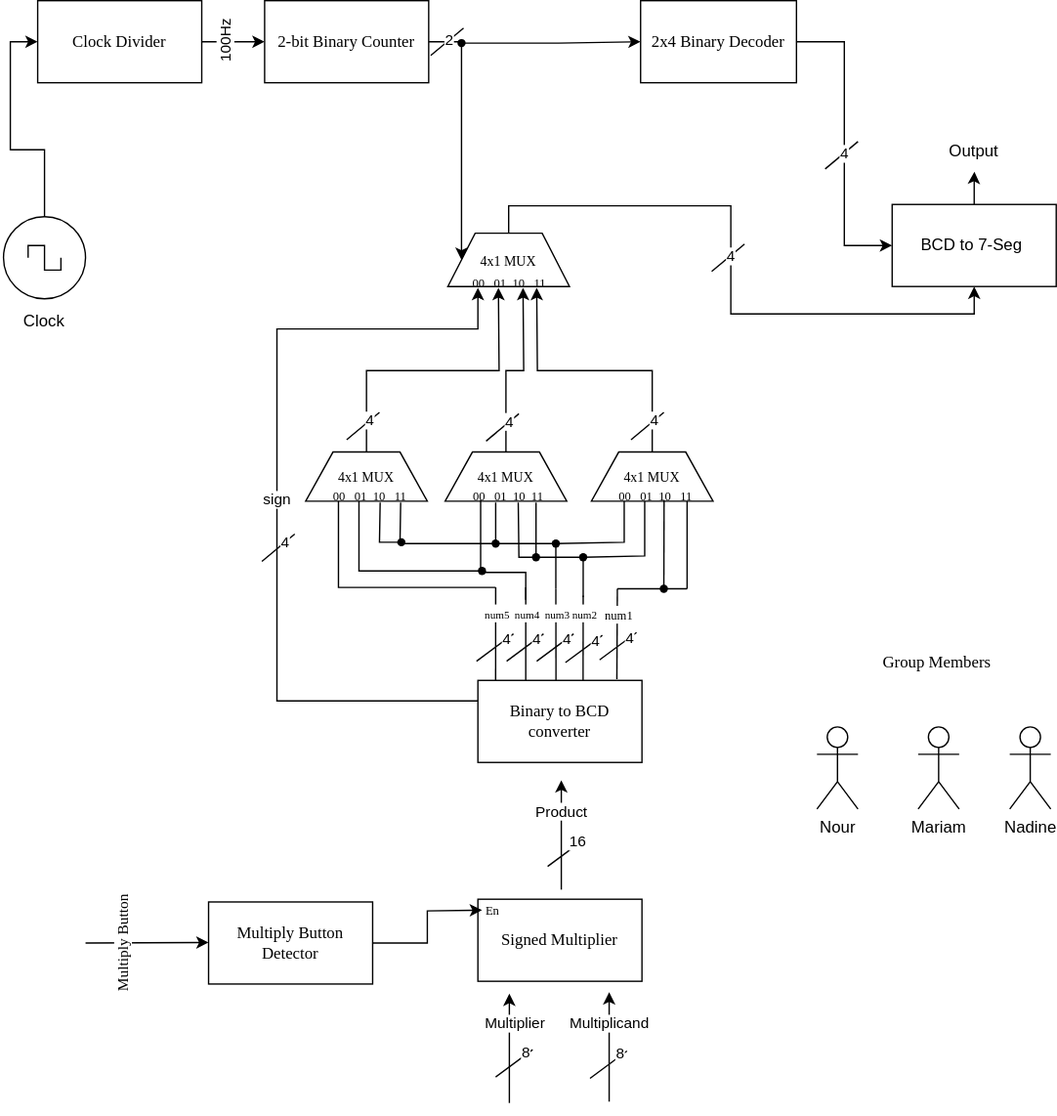
Before: signed-multiplier.drawio.svg, a diagram exported from draw.io (nkasaby/Signed-Multiplier). Source tidied: cells renumbered, new cells last; positions are measured from the earlier drawing's top-left corner, leaving out a move shared by most shapes.
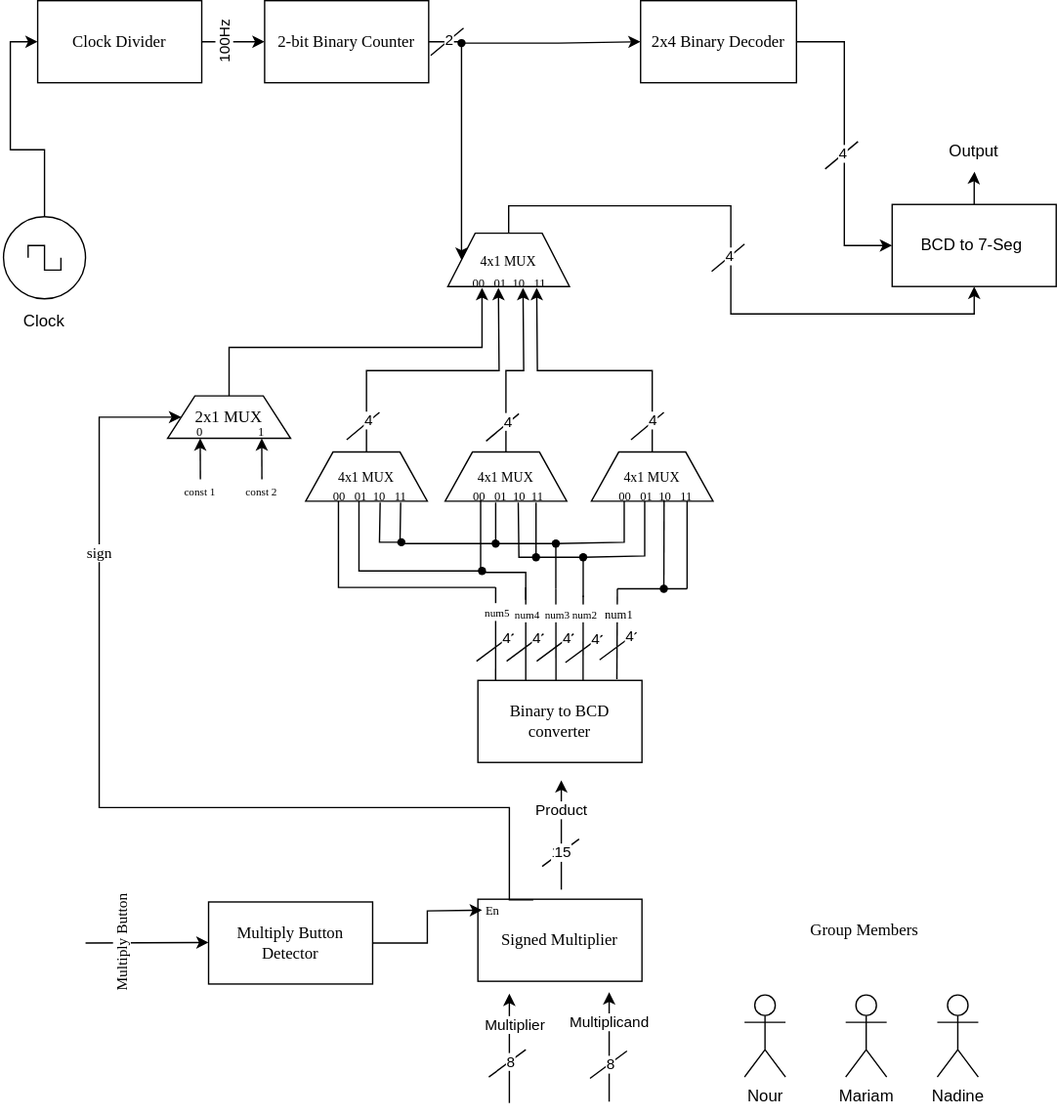
After the commit.

Commit message:
updating sign bit handling

What changed in the source:
```diff
@@ -27,12 +27,14 @@
     </mxCell>
     <mxCell id="7" style="endArrow=none;html=1;rounded=0;" parent="1" edge="1">
       <mxGeometry relative="1" as="geometry">
-        <mxPoint x="360" y="787" as="sourcePoint" />
-        <mxPoint x="387" y="767" as="targetPoint" />
+        <mxPoint x="355" y="787" as="sourcePoint" />
+        <mxPoint x="382" y="767" as="targetPoint" />
       </mxGeometry>
     </mxCell>
     <mxCell id="8" value="8" style="edgeLabel;html=1;align=center;verticalAlign=middle;" parent="7" vertex="1">
-      <mxGeometry x="0.68" y="3" relative="1" as="geometry" />
+      <mxGeometry x="0.68" y="3" relative="1" as="geometry">
+        <mxPoint x="-6" y="8" as="offset" />
+      </mxGeometry>
     </mxCell>
     <mxCell id="9" style="endArrow=none;html=1;rounded=0;" parent="1" edge="1">
       <mxGeometry relative="1" as="geometry">
@@ -41,7 +43,9 @@
       </mxGeometry>
     </mxCell>
     <mxCell id="10" value="8" style="edgeLabel;html=1;align=center;verticalAlign=middle;" parent="9" vertex="1">
-      <mxGeometry x="0.68" y="3" relative="1" as="geometry" />
+      <mxGeometry x="0.68" y="3" relative="1" as="geometry">
+        <mxPoint x="-7" y="9" as="offset" />
+      </mxGeometry>
     </mxCell>
     <mxCell id="11" style="endArrow=classic;html=1;rounded=0;" parent="1" edge="1">
       <mxGeometry relative="1" as="geometry">
@@ -54,28 +58,17 @@
         <mxPoint y="-1" as="offset" />
       </mxGeometry>
     </mxCell>
-    <mxCell id="13" style="endArrow=none;html=1;rounded=0;" parent="1" edge="1">
+    <mxCell id="13" value="15" style="endArrow=none;html=1;rounded=0;" parent="1" edge="1">
       <mxGeometry relative="1" as="geometry">
-        <mxPoint x="398" y="633" as="sourcePoint" />
-        <mxPoint x="425" y="613" as="targetPoint" />
+        <mxPoint x="394" y="633" as="sourcePoint" />
+        <mxPoint x="421" y="613" as="targetPoint" />
       </mxGeometry>
     </mxCell>
-    <mxCell id="14" value="16" style="edgeLabel;html=1;align=center;verticalAlign=middle;" parent="13" vertex="1">
-      <mxGeometry x="0.68" y="3" relative="1" as="geometry" />
+    <mxCell id="14" value="15" style="edgeLabel;html=1;align=center;verticalAlign=middle;" parent="13" vertex="1">
+      <mxGeometry x="0.68" y="3" relative="1" as="geometry">
+        <mxPoint x="-7" y="9" as="offset" />
+      </mxGeometry>
     </mxCell>
-    <mxCell id="15" style="edgeStyle=orthogonalEdgeStyle;rounded=0;jettySize=auto;html=1;exitX=0;exitY=0.25;exitDx=0;exitDy=0;" parent="1" edge="1" source="17">
-      <mxGeometry relative="1" as="geometry">
-        <mxPoint x="347" y="210" as="targetPoint" />
-        <Array as="points">
-          <mxPoint x="200" y="512" />
-          <mxPoint x="200" y="240" />
-          <mxPoint x="347" y="240" />
-        </Array>
-      </mxGeometry>
-    </mxCell>
-    <mxCell id="16" value="sign" style="edgeLabel;html=1;align=center;verticalAlign=middle;" parent="15" vertex="1">
-      <mxGeometry x="-0.01" y="1" relative="1" as="geometry" />
-    </mxCell>
     <mxCell id="17" value="&lt;font face=&quot;Times New Roman&quot;&gt;Binary to BCD converter&lt;/font&gt;" style="rounded=0;whiteSpace=wrap;html=1;" parent="1" vertex="1">
       <mxGeometry x="347" y="497" width="120" height="60" as="geometry" />
     </mxCell>
@@ -135,13 +128,13 @@
       </mxGeometry>
     </mxCell>
     <mxCell id="28" value="Nour" style="shape=umlActor;verticalLabelPosition=bottom;verticalAlign=top;html=1;" parent="1" vertex="1">
-      <mxGeometry x="595" y="531" width="30" height="60" as="geometry" />
+      <mxGeometry x="542" y="727" width="30" height="60" as="geometry" />
     </mxCell>
     <mxCell id="29" value="Mariam" style="shape=umlActor;verticalLabelPosition=bottom;verticalAlign=top;html=1;" parent="1" vertex="1">
-      <mxGeometry x="669" y="531" width="30" height="60" as="geometry" />
+      <mxGeometry x="616" y="727" width="30" height="60" as="geometry" />
     </mxCell>
     <mxCell id="30" value="Nadine" style="shape=umlActor;verticalLabelPosition=bottom;verticalAlign=top;html=1;" parent="1" vertex="1">
-      <mxGeometry x="736" y="531" width="30" height="60" as="geometry" />
+      <mxGeometry x="683" y="727" width="30" height="60" as="geometry" />
     </mxCell>
     <mxCell id="31" style="edgeStyle=orthogonalEdgeStyle;rounded=0;jettySize=auto;html=1;exitX=0.5;exitY=0;exitDx=0;exitDy=0;" parent="1" edge="1" source="32">
       <mxGeometry relative="1" as="geometry">
@@ -329,6 +322,19 @@
     <mxCell id="64" value="&lt;font face=&quot;Times New Roman&quot;&gt;Multiply Button Detector&lt;/font&gt;" style="rounded=0;whiteSpace=wrap;html=1;" parent="1" vertex="1">
       <mxGeometry x="150" y="659" width="120" height="60" as="geometry" />
     </mxCell>
+    <mxCell id="111" style="edgeStyle=orthogonalEdgeStyle;rounded=0;jettySize=auto;html=1;exitX=1;exitY=0.25;exitDx=0;exitDy=0;entryX=0;entryY=0.5;entryDx=0;entryDy=0;" parent="1" edge="1" source="65" target="113">
+      <mxGeometry relative="1" as="geometry">
+        <Array as="points">
+          <mxPoint x="370" y="657" />
+          <mxPoint x="370" y="590" />
+          <mxPoint x="70" y="590" />
+          <mxPoint x="70" y="305" />
+        </Array>
+      </mxGeometry>
+    </mxCell>
+    <mxCell id="16" value="&lt;font face=&quot;Times New Roman&quot;&gt;sign&lt;/font&gt;" style="edgeLabel;html=1;align=center;verticalAlign=middle;" parent="111" vertex="1">
+      <mxGeometry x="0.56" y="1" relative="1" as="geometry" />
+    </mxCell>
     <mxCell id="65" value="&lt;font style=&quot;font-size: 9px;&quot; face=&quot;Times New Roman&quot;&gt;En&lt;/font&gt;" style="text;html=1;strokeColor=none;fillColor=none;align=center;verticalAlign=middle;whiteSpace=wrap;rounded=0;" parent="1" vertex="1">
       <mxGeometry x="327.5" y="650" width="60" height="30" as="geometry" />
     </mxCell>
@@ -352,15 +358,6 @@
     <mxCell id="70" value="&lt;font style=&quot;font-size: 9px;&quot; face=&quot;Times New Roman&quot;&gt;&amp;nbsp; &amp;nbsp;00&amp;nbsp; &amp;nbsp;01&amp;nbsp; 10&amp;nbsp; &amp;nbsp;11&amp;nbsp;&lt;/font&gt;" style="text;html=1;strokeColor=none;fillColor=none;align=center;verticalAlign=middle;whiteSpace=wrap;rounded=0;" parent="1" vertex="1">
       <mxGeometry x="332.5" y="193" width="70" height="25" as="geometry" />
     </mxCell>
-    <mxCell id="71" style="endArrow=none;html=1;rounded=0;" parent="1" edge="1">
-      <mxGeometry relative="1" as="geometry">
-        <mxPoint x="189" y="410" as="sourcePoint" />
-        <mxPoint x="213" y="390" as="targetPoint" />
-      </mxGeometry>
-    </mxCell>
-    <mxCell id="72" value="4" style="edgeLabel;html=1;align=center;verticalAlign=middle;" parent="71" vertex="1">
-      <mxGeometry x="0.39" y="1" relative="1" as="geometry" />
-    </mxCell>
     <mxCell id="73" style="endArrow=none;html=1;rounded=0;" parent="1" edge="1">
       <mxGeometry relative="1" as="geometry">
         <mxPoint x="251" y="321" as="sourcePoint" />
@@ -517,7 +514,28 @@
       <mxGeometry x="680.2" y="95" width="60" height="30" as="geometry" />
     </mxCell>
     <mxCell id="110" value="&lt;font face=&quot;Times New Roman&quot;&gt;Group Members&lt;/font&gt;" style="text;html=1;strokeColor=none;fillColor=none;align=center;verticalAlign=middle;whiteSpace=wrap;rounded=0;" parent="1" vertex="1">
-      <mxGeometry x="603" y="469" width="160" height="30" as="geometry" />
+      <mxGeometry x="550" y="665" width="160" height="30" as="geometry" />
     </mxCell>
+    <mxCell id="112" style="edgeStyle=orthogonalEdgeStyle;rounded=0;jettySize=auto;html=1;exitX=0.5;exitY=0;exitDx=0;exitDy=0;entryX=0.25;entryY=0.68;entryDx=0;entryDy=0;entryPerimeter=0;" parent="1" edge="1" source="113" target="70">
+      <mxGeometry relative="1" as="geometry" />
+    </mxCell>
+    <mxCell id="113" value="&lt;font face=&quot;Times New Roman&quot;&gt;2x1 MUX&lt;/font&gt;" style="shape=trapezoid;perimeter=trapezoidPerimeter;whiteSpace=wrap;html=1;fixedSize=1;" parent="1" vertex="1">
+      <mxGeometry x="120" y="289" width="90" height="31" as="geometry" />
+    </mxCell>
+    <mxCell id="114" value="&lt;font style=&quot;font-size: 9px;&quot; face=&quot;Times New Roman&quot;&gt;&amp;nbsp; &amp;nbsp; 0&amp;nbsp; &amp;nbsp; &amp;nbsp; &amp;nbsp; &amp;nbsp; &amp;nbsp; &amp;nbsp; &amp;nbsp; &amp;nbsp; 1&amp;nbsp;&lt;/font&gt;" style="text;html=1;strokeColor=none;fillColor=none;align=center;verticalAlign=middle;whiteSpace=wrap;rounded=0;" parent="1" vertex="1">
+      <mxGeometry x="127.5" y="302" width="70" height="25" as="geometry" />
+    </mxCell>
+    <mxCell id="115" style="edgeStyle=orthogonalEdgeStyle;rounded=0;jettySize=auto;html=1;exitX=0.5;exitY=0;exitDx=0;exitDy=0;entryX=0.234;entryY=0.72;entryDx=0;entryDy=0;entryPerimeter=0;" parent="1" edge="1" source="116" target="114">
+      <mxGeometry relative="1" as="geometry" />
+    </mxCell>
+    <mxCell id="116" value="&lt;font style=&quot;font-size: 8px;&quot; face=&quot;Times New Roman&quot;&gt;const 1&lt;/font&gt;" style="text;html=1;strokeColor=none;fillColor=none;align=center;verticalAlign=middle;whiteSpace=wrap;rounded=0;" parent="1" vertex="1">
+      <mxGeometry x="124" y="350" width="40" height="16" as="geometry" />
+    </mxCell>
+    <mxCell id="117" style="edgeStyle=orthogonalEdgeStyle;rounded=0;jettySize=auto;html=1;exitX=0.5;exitY=0;exitDx=0;exitDy=0;entryX=0.877;entryY=0.72;entryDx=0;entryDy=0;entryPerimeter=0;" parent="1" edge="1" source="118" target="114">
+      <mxGeometry relative="1" as="geometry" />
+    </mxCell>
+    <mxCell id="118" value="&lt;font style=&quot;font-size: 8px;&quot; face=&quot;Times New Roman&quot;&gt;const 2&lt;/font&gt;" style="text;html=1;strokeColor=none;fillColor=none;align=center;verticalAlign=middle;whiteSpace=wrap;rounded=0;" parent="1" vertex="1">
+      <mxGeometry x="169" y="350" width="40" height="16" as="geometry" />
+    </mxCell>
   </root>
 </mxGraphModel>
```
